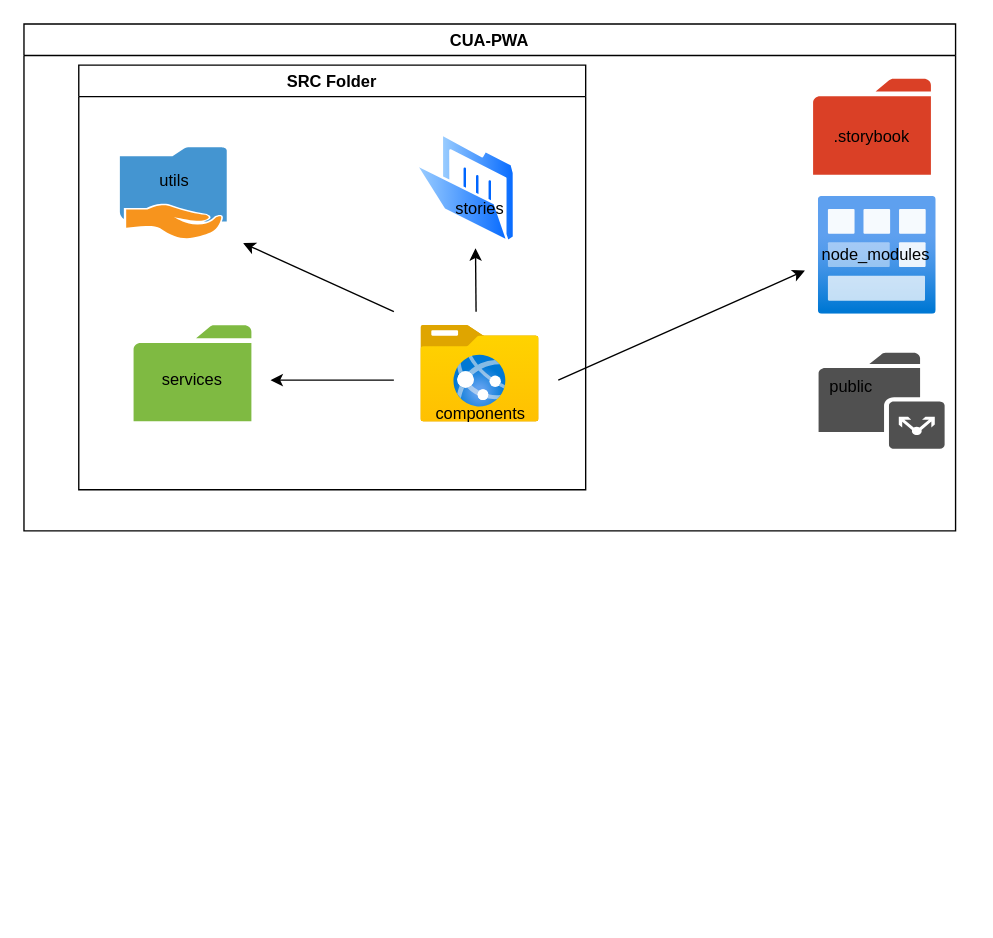
Earlier version of the draw.io diagram image/flutter-structuration.drawio (vetsonombana/diagram). Source tidied: cells renumbered, new cells numbered last; positions are measured from the earlier drawing's top-left corner, leaving out a move shared by most shapes. Both pictures are drawn from the tidied source at 137%, with x=0, y=0 at pixel (23, 23).
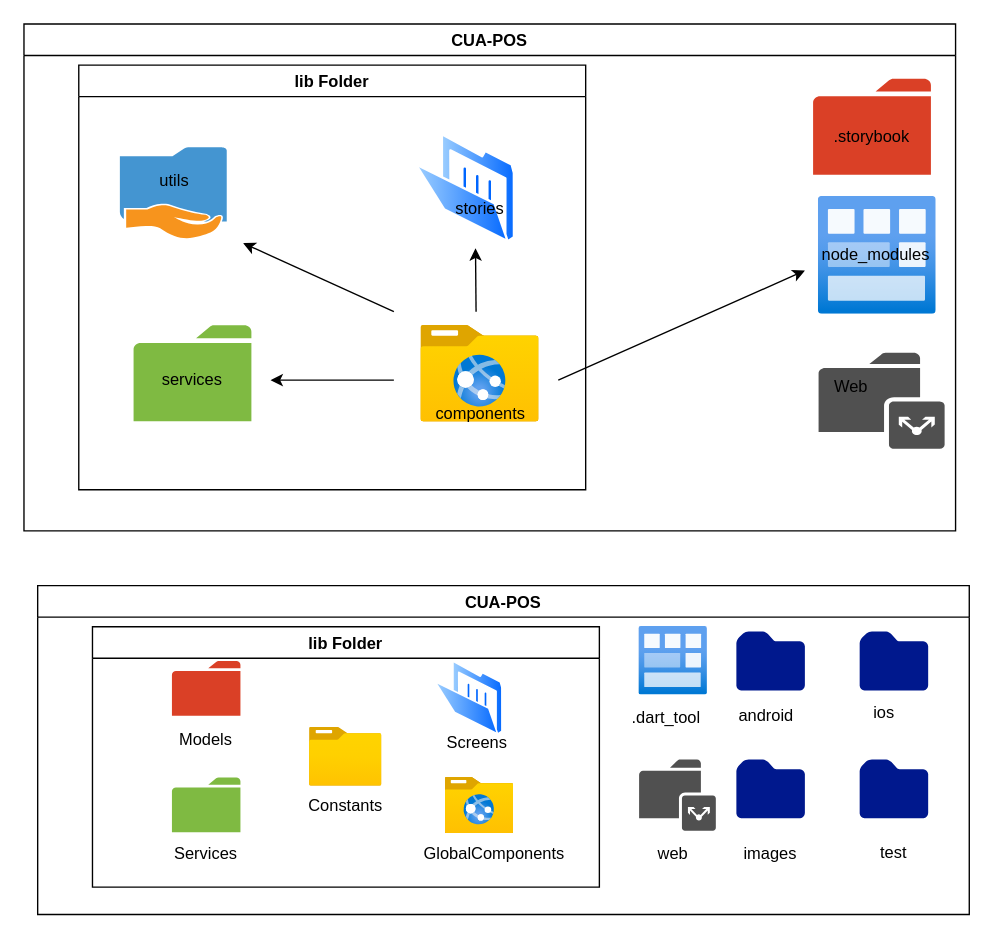
Above is the later version.

Change to the diagram source:
```diff
@@
-    <mxCell id="2" value="CUA-PWA" style="swimlane;" parent="1" vertex="1">
+    <mxCell id="2" value="CUA-POS" style="swimlane;" parent="1" vertex="1">
       <mxGeometry width="680" height="370" as="geometry" />
     </mxCell>
@@
-    <mxCell id="6" value="public&lt;br&gt;" style="text;html=1;strokeColor=none;fillColor=none;align=center;verticalAlign=middle;whiteSpace=wrap;rounded=0;" parent="2" vertex="1">
+    <mxCell id="6" value="Web" style="text;html=1;strokeColor=none;fillColor=none;align=center;verticalAlign=middle;whiteSpace=wrap;rounded=0;" parent="2" vertex="1">
       <mxGeometry x="584" y="255" width="40" height="20" as="geometry" />
     </mxCell>
-    <mxCell id="7" value="SRC Folder" style="swimlane;" parent="2" vertex="1">
+    <mxCell id="7" value="lib Folder" style="swimlane;" parent="2" vertex="1">
       <mxGeometry x="40" y="30" width="370" height="310" as="geometry" />
     </mxCell>
@@
+    <mxCell id="22" value="CUA-POS" style="swimlane;" parent="1" vertex="1">
+      <mxGeometry x="10" y="410" width="680" height="240" as="geometry" />
+    </mxCell>
+    <mxCell id="23" style="shadow=0;dashed=0;html=1;strokeColor=none;fillColor=#505050;labelPosition=center;verticalLabelPosition=bottom;verticalAlign=top;align=center;shape=mxgraph.office.concepts.folder_public;" parent="22" vertex="1">
+      <mxGeometry x="439" y="126.8" width="56" height="52" as="geometry" />
+    </mxCell>
+    <mxCell id="24" style="html=1;align=center;image;fontSize=12;image=img/lib/azure2/general/Module.svg;" parent="22" vertex="1">
+      <mxGeometry x="439" y="30" width="50" height="50" as="geometry" />
+    </mxCell>
+    <mxCell id="25" value=".dart_tool" style="text;html=1;strokeColor=none;fillColor=none;align=center;verticalAlign=middle;whiteSpace=wrap;rounded=0;" parent="22" vertex="1">
+      <mxGeometry x="439" y="87.2" width="40" height="20" as="geometry" />
+    </mxCell>
+    <mxCell id="26" value="web" style="text;html=1;strokeColor=none;fillColor=none;align=center;verticalAlign=middle;whiteSpace=wrap;rounded=0;" parent="22" vertex="1">
+      <mxGeometry x="444" y="185.8" width="40" height="20" as="geometry" />
+    </mxCell>
+    <mxCell id="27" value="lib Folder" style="swimlane;" parent="22" vertex="1">
+      <mxGeometry x="40" y="30" width="370" height="190" as="geometry" />
+    </mxCell>
+    <mxCell id="28" style="html=1;align=center;image;fontSize=12;image=img/lib/azure2/general/Folder_Website.svg;" parent="27" vertex="1">
+      <mxGeometry x="257.5" y="110" width="50" height="41.2" as="geometry" />
+    </mxCell>
+    <mxCell id="29" style="perimeter=ellipsePerimeter;html=1;align=center;shadow=0;dashed=0;spacingTop=3;image;image=img/lib/active_directory/folder_open.svg;" parent="27" vertex="1">
+      <mxGeometry x="250" y="25" width="50" height="54.4" as="geometry" />
+    </mxCell>
+    <mxCell id="30" style="shadow=0;dashed=0;html=1;strokeColor=none;labelPosition=center;verticalLabelPosition=bottom;verticalAlign=top;align=center;shape=mxgraph.office.concepts.folder;fillColor=#7FBA42;" parent="27" vertex="1">
+      <mxGeometry x="58" y="110" width="50" height="40" as="geometry" />
+    </mxCell>
+    <mxCell id="31" value="Screens" style="text;html=1;strokeColor=none;fillColor=none;align=center;verticalAlign=middle;whiteSpace=wrap;rounded=0;" parent="27" vertex="1">
+      <mxGeometry x="257.5" y="75" width="45.5" height="20" as="geometry" />
+    </mxCell>
+    <mxCell id="32" value="GlobalComponents" style="text;html=1;strokeColor=none;fillColor=none;align=center;verticalAlign=middle;whiteSpace=wrap;rounded=0;" parent="27" vertex="1">
+      <mxGeometry x="257.5" y="151.2" width="71" height="30" as="geometry" />
+    </mxCell>
+    <mxCell id="33" value="Services" style="text;html=1;strokeColor=none;fillColor=none;align=center;verticalAlign=middle;whiteSpace=wrap;rounded=0;" parent="27" vertex="1">
+      <mxGeometry x="63" y="156.2" width="40" height="20" as="geometry" />
+    </mxCell>
+    <mxCell id="34" style="shadow=0;dashed=0;html=1;strokeColor=none;labelPosition=center;verticalLabelPosition=bottom;verticalAlign=top;align=center;shape=mxgraph.office.concepts.folder;fillColor=#DA4026;" parent="27" vertex="1">
+      <mxGeometry x="58" y="25" width="50" height="40" as="geometry" />
+    </mxCell>
+    <mxCell id="35" value="Models" style="text;html=1;strokeColor=none;fillColor=none;align=center;verticalAlign=middle;whiteSpace=wrap;rounded=0;" parent="27" vertex="1">
+      <mxGeometry x="40" y="70" width="86" height="25" as="geometry" />
+    </mxCell>
+    <mxCell id="36" style="html=1;align=center;image;fontSize=12;image=img/lib/azure2/general/Folder_Blank.svg;" parent="27" vertex="1">
+      <mxGeometry x="158.5" y="73.5" width="53" height="43" as="geometry" />
+    </mxCell>
+    <mxCell id="37" value="Constants" style="text;html=1;strokeColor=none;fillColor=none;align=center;verticalAlign=middle;whiteSpace=wrap;rounded=0;" parent="27" vertex="1">
+      <mxGeometry x="165" y="120.6" width="40" height="20" as="geometry" />
+    </mxCell>
+    <mxCell id="38" style="sketch=0;shadow=0;dashed=0;html=1;strokeColor=none;labelPosition=center;verticalLabelPosition=bottom;verticalAlign=top;align=center;fillColor=#00188D;shape=mxgraph.mscae.enterprise.folder;" parent="22" vertex="1">
+      <mxGeometry x="510" y="33.5" width="50" height="43" as="geometry" />
+    </mxCell>
+    <mxCell id="39" style="sketch=0;shadow=0;dashed=0;html=1;strokeColor=none;labelPosition=center;verticalLabelPosition=bottom;verticalAlign=top;align=center;fillColor=#00188D;shape=mxgraph.mscae.enterprise.folder;" parent="22" vertex="1">
+      <mxGeometry x="600" y="33.5" width="50" height="43" as="geometry" />
+    </mxCell>
+    <mxCell id="40" style="sketch=0;shadow=0;dashed=0;html=1;strokeColor=none;labelPosition=center;verticalLabelPosition=bottom;verticalAlign=top;align=center;fillColor=#00188D;shape=mxgraph.mscae.enterprise.folder;" parent="22" vertex="1">
+      <mxGeometry x="510" y="126.8" width="50" height="43" as="geometry" />
+    </mxCell>
+    <mxCell id="41" style="sketch=0;shadow=0;dashed=0;html=1;strokeColor=none;labelPosition=center;verticalLabelPosition=bottom;verticalAlign=top;align=center;fillColor=#00188D;shape=mxgraph.mscae.enterprise.folder;" parent="22" vertex="1">
+      <mxGeometry x="600" y="126.8" width="50" height="43" as="geometry" />
+    </mxCell>
+    <mxCell id="42" value="images" style="text;html=1;strokeColor=none;fillColor=none;align=center;verticalAlign=middle;whiteSpace=wrap;rounded=0;" parent="22" vertex="1">
+      <mxGeometry x="515" y="185.8" width="40" height="20" as="geometry" />
+    </mxCell>
+    <mxCell id="43" value="test" style="text;html=1;strokeColor=none;fillColor=none;align=center;verticalAlign=middle;whiteSpace=wrap;rounded=0;" parent="22" vertex="1">
+      <mxGeometry x="605" y="185" width="40" height="20.8" as="geometry" />
+    </mxCell>
+    <mxCell id="44" value="ios" style="text;html=1;strokeColor=none;fillColor=none;align=center;verticalAlign=middle;whiteSpace=wrap;rounded=0;" parent="22" vertex="1">
+      <mxGeometry x="575" y="80" width="86" height="25" as="geometry" />
+    </mxCell>
+    <mxCell id="45" value="android" style="text;html=1;strokeColor=none;fillColor=none;align=center;verticalAlign=middle;whiteSpace=wrap;rounded=0;" parent="22" vertex="1">
+      <mxGeometry x="489" y="82.2" width="86" height="25" as="geometry" />
+    </mxCell>
```
